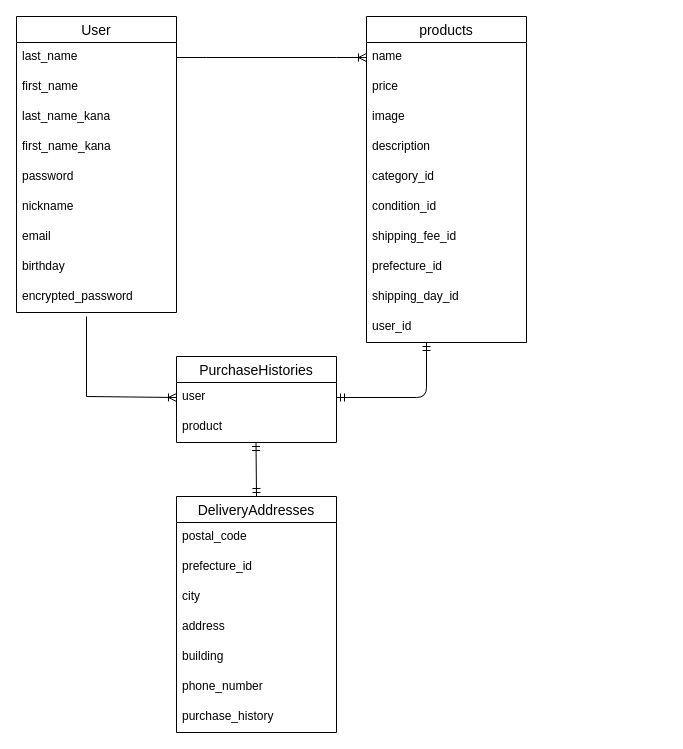
naka-nana/furima-40244 keeps this draw.io diagram as furima.dio. Above is the earlier version. Source tidied: cells renumbered, new cells numbered last; positions are measured from the earlier drawing's top-left corner, leaving out a move shared by most shapes. Both pictures are drawn from the tidied source at 100%, with x=0, y=0 at pixel (16, 16).
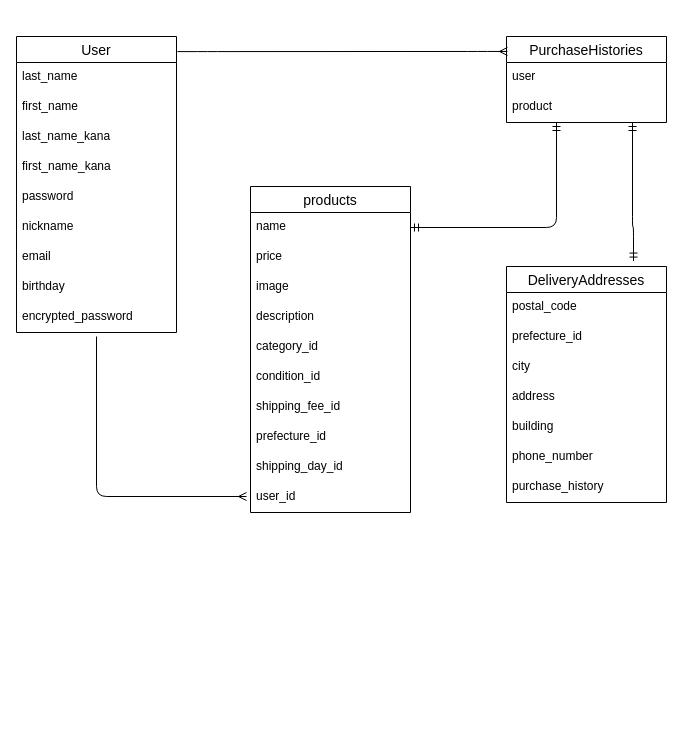
Above is the later version.

The change refers to these unchanged cells:
```xml
<mxCell id="3" value="name" style="text;strokeColor=none;fillColor=none;spacingLeft=4;spacingRight=4;overflow=hidden;points=[[0,0.5],[1,0.5]];portConstraint=eastwest;fontSize=12;" parent="2" vertex="1">
  <mxGeometry y="26" width="160" height="30" as="geometry" />
</mxCell>
<mxCell id="24" value="user" style="text;strokeColor=none;fillColor=none;spacingLeft=4;spacingRight=4;overflow=hidden;points=[[0,0.5],[1,0.5]];portConstraint=eastwest;fontSize=12;" parent="23" vertex="1">
  <mxGeometry y="26" width="160" height="30" as="geometry" />
</mxCell>
```

Diff of the diagram source:
```diff
@@
     <mxCell id="2" value="products" style="swimlane;fontStyle=0;horizontal=1;startSize=26;align=center;fontSize=14;" parent="1" vertex="1">
-      <mxGeometry x="350" width="160" height="326" as="geometry" />
+      <mxGeometry x="234" y="170" width="160" height="326" as="geometry" />
     </mxCell>
@@
     <mxCell id="13" value="User" style="swimlane;fontStyle=0;horizontal=1;startSize=26;align=center;fontSize=14;" parent="1" vertex="1">
-      <mxGeometry width="160" height="296" as="geometry" />
+      <mxGeometry y="20" width="160" height="296" as="geometry" />
     </mxCell>
@@
     <mxCell id="23" value="PurchaseHistories" style="swimlane;fontStyle=0;horizontal=1;startSize=26;align=center;fontSize=14;swimlaneFillColor=default;" parent="1" vertex="1">
-      <mxGeometry x="160" y="340" width="160" height="86" as="geometry" />
+      <mxGeometry x="490" y="20" width="160" height="86" as="geometry" />
     </mxCell>
@@
-    <mxCell id="26" style="edgeStyle=entityRelationEdgeStyle;fontSize=12;html=1;endArrow=ERoneToMany;rounded=0;strokeColor=default;exitX=1;exitY=0.5;exitDx=0;exitDy=0;entryX=0;entryY=0.5;entryDx=0;entryDy=0;" parent="1" edge="1">
-      <mxGeometry relative="1" as="geometry">
-        <mxPoint x="160" y="41" as="sourcePoint" />
-        <mxPoint x="350" y="41" as="targetPoint" />
-      </mxGeometry>
-    </mxCell>
-    <mxCell id="27" style="edgeStyle=orthogonalEdgeStyle;fontSize=12;html=1;endArrow=ERoneToMany;rounded=0;strokeColor=default;entryX=0;entryY=0.5;entryDx=0;entryDy=0;" parent="1" edge="1" target="24">
-      <mxGeometry relative="1" as="geometry">
-        <mxPoint x="70" y="300" as="sourcePoint" />
-        <Array as="points">
-          <mxPoint x="70" y="380" />
-        </Array>
-      </mxGeometry>
-    </mxCell>
     <mxCell id="28" value="DeliveryAddresses" style="swimlane;fontStyle=0;horizontal=1;startSize=26;align=center;fontSize=14;" parent="1" vertex="1">
-      <mxGeometry x="160" y="480" width="160" height="236" as="geometry" />
+      <mxGeometry x="490" y="250" width="160" height="236" as="geometry" />
     </mxCell>
@@
-    <mxCell id="36" style="fontSize=12;html=1;endArrow=ERmandOne;startArrow=ERmandOne;" parent="1" edge="1">
-      <mxGeometry relative="1" as="geometry">
-        <mxPoint x="239.5" y="426" as="sourcePoint" />
-        <mxPoint x="240" y="480" as="targetPoint" />
-      </mxGeometry>
-    </mxCell>
-    <mxCell id="37" style="fontSize=12;html=1;endArrow=ERmandOne;startArrow=ERmandOne;entryX=1;entryY=0.5;entryDx=0;entryDy=0;" parent="1" edge="1" target="24">
-      <mxGeometry relative="1" as="geometry">
-        <mxPoint x="410" y="326" as="sourcePoint" />
-        <Array as="points">
-          <mxPoint x="410" y="381" />
-        </Array>
-      </mxGeometry>
-    </mxCell>
+    <mxCell id="38" style="edgeStyle=entityRelationEdgeStyle;fontSize=12;html=1;endArrow=ERmany;entryX=0.006;entryY=0.174;entryDx=0;entryDy=0;exitX=1.006;exitY=0.051;exitDx=0;exitDy=0;exitPerimeter=0;entryPerimeter=0;" parent="1" edge="1" source="13" target="23">
+      <mxGeometry relative="1" as="geometry" />
+    </mxCell>
+    <mxCell id="39" style="edgeStyle=orthogonalEdgeStyle;fontSize=12;html=1;endArrow=ERmany;" parent="1" edge="1">
+      <mxGeometry relative="1" as="geometry">
+        <mxPoint x="80" y="320" as="sourcePoint" />
+        <mxPoint x="230" y="480" as="targetPoint" />
+        <Array as="points">
+          <mxPoint x="80" y="320" />
+          <mxPoint x="80" y="480" />
+        </Array>
+      </mxGeometry>
+    </mxCell>
+    <mxCell id="40" style="edgeStyle=orthogonalEdgeStyle;fontSize=12;html=1;endArrow=ERmandOne;startArrow=ERmandOne;exitX=1;exitY=0.5;exitDx=0;exitDy=0;" parent="1" edge="1" source="3">
+      <mxGeometry relative="1" as="geometry">
+        <mxPoint x="540" y="106" as="targetPoint" />
+        <Array as="points">
+          <mxPoint x="540" y="211" />
+          <mxPoint x="540" y="106" />
+        </Array>
+      </mxGeometry>
+    </mxCell>
+    <mxCell id="41" style="edgeStyle=orthogonalEdgeStyle;fontSize=12;html=1;endArrow=ERmandOne;startArrow=ERmandOne;exitX=0.794;exitY=-0.023;exitDx=0;exitDy=0;exitPerimeter=0;" parent="1" edge="1" source="28">
+      <mxGeometry relative="1" as="geometry">
+        <mxPoint x="616" y="106" as="targetPoint" />
+        <Array as="points">
+          <mxPoint x="617" y="210" />
+          <mxPoint x="616" y="210" />
+        </Array>
+      </mxGeometry>
+    </mxCell>
```
